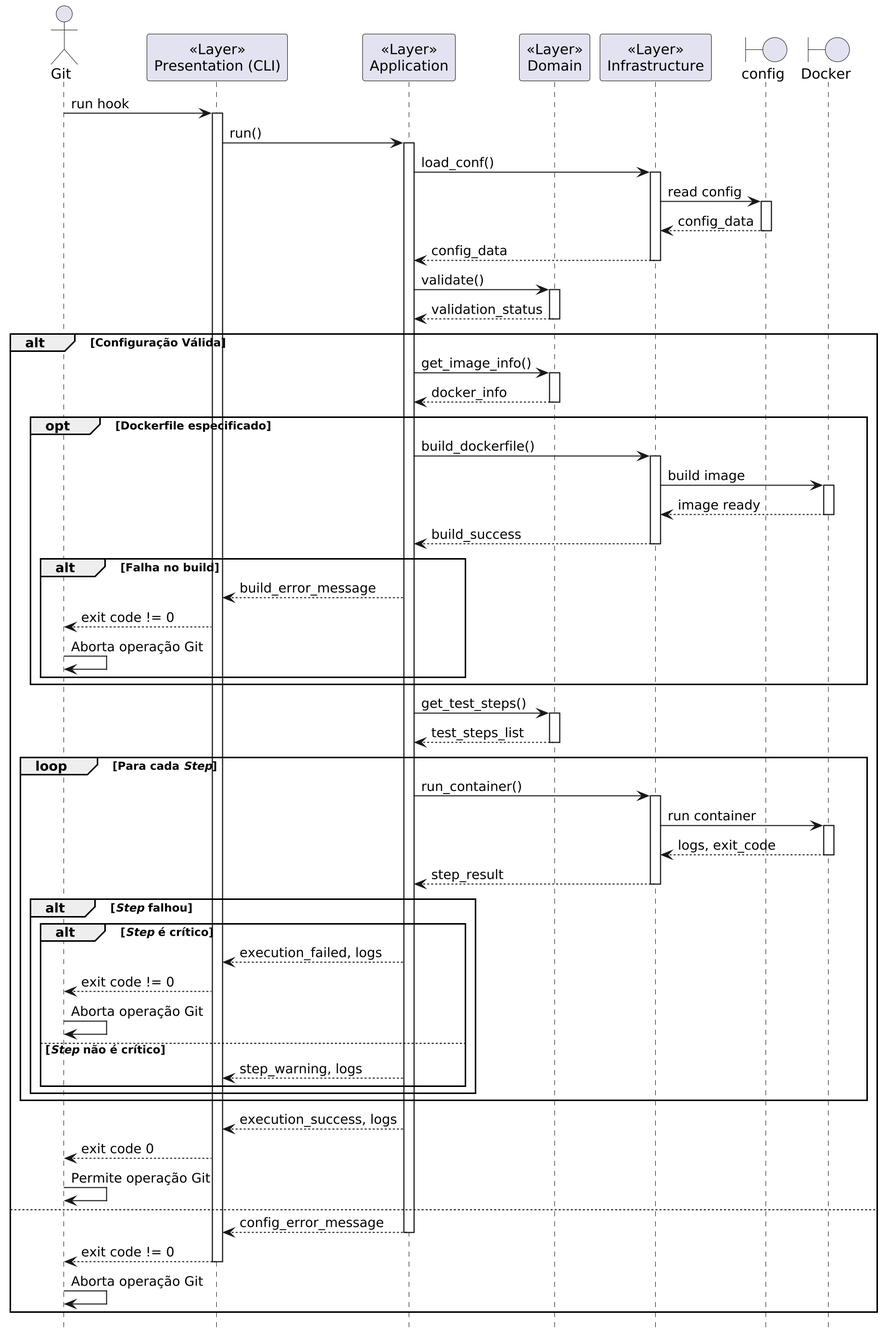
h3nc4/tmp keeps this PlantUML diagram as Artefatos/diagramas/sequencia/hook.png. Above is the earlier version.
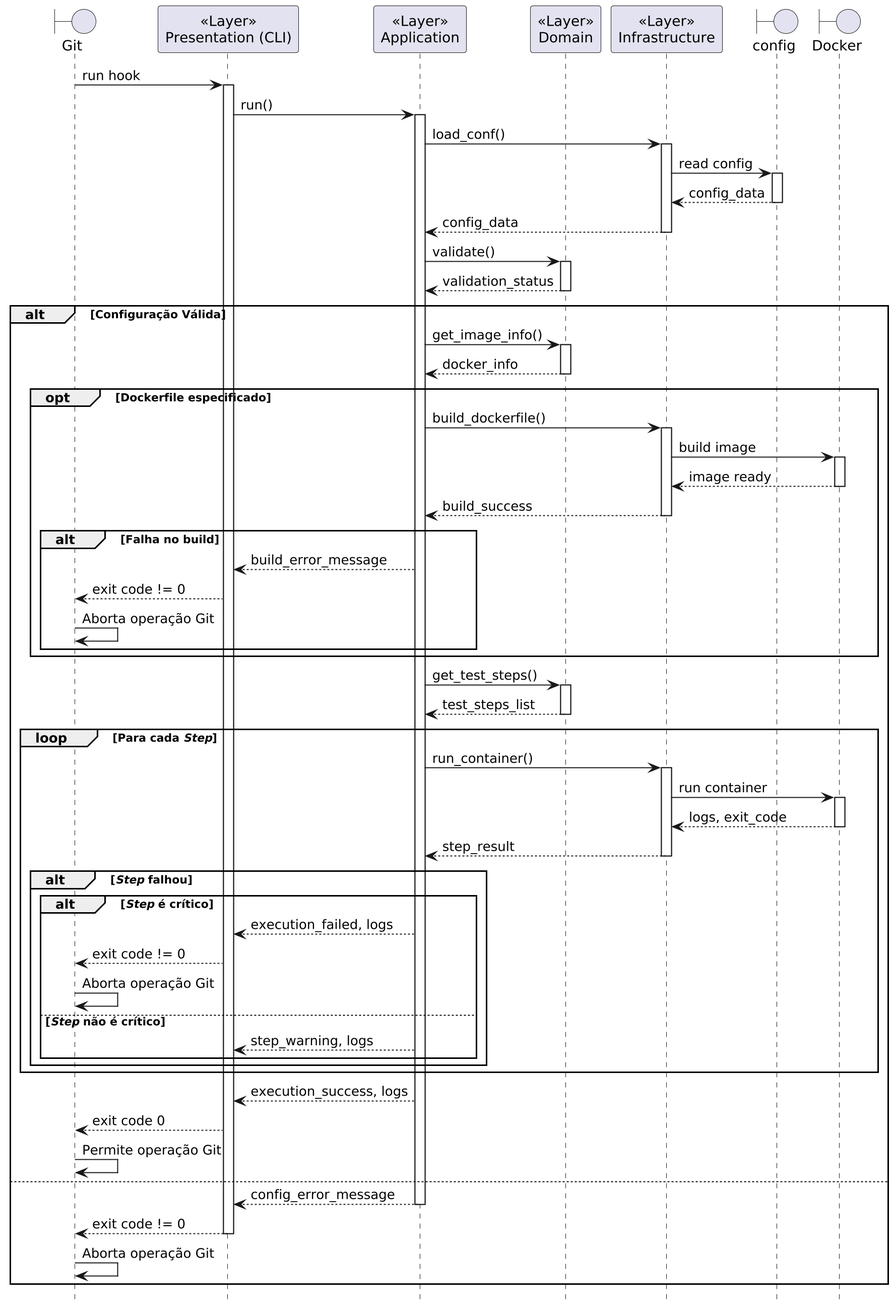
The same file after the commit.

Change to the diagram source:
```diff
@@ -4,7 +4,7 @@
 hide footbox
 skinparam defaultFontName SansSerif
 
-actor "Git" as GitSystem
+boundary "Git" as GitSystem
 participant "<<Layer>>\nPresentation (CLI)" as CLI
 participant "<<Layer>>\nApplication" as App
 participant "<<Layer>>\nDomain" as Domain
```
